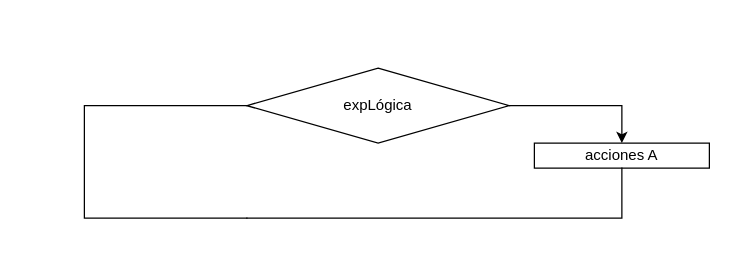
The draw.io diagram Diagrama sin título.drawio in kcarrervel/practica0101_GIT-1, before the edit. Source tidied: cells renumbered, new cells numbered last; positions are measured from the earlier drawing's top-left corner, leaving out a move shared by most shapes. Both pictures are drawn from the tidied source at 125%, with x=0, y=0 at pixel (84, 68).
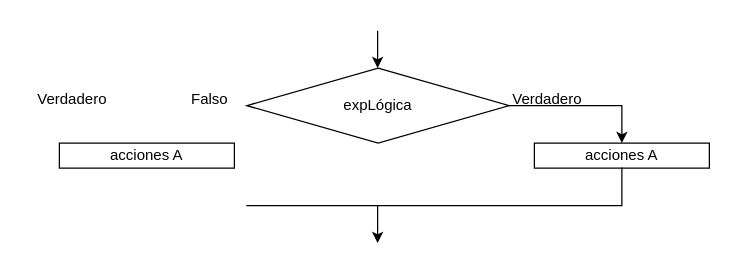
The same page after the edit.

What changed in the source:
```diff
@@
 <mxGraphModel>
   <root>
     <mxCell id="0" />
     <mxCell id="1" parent="0" />
     <mxCell id="2" value="expLógica" style="rhombus;whiteSpace=wrap;html=1;" parent="1" vertex="1">
       <mxGeometry x="130" width="210" height="60" as="geometry" />
     </mxCell>
-    <mxCell id="3" style="shape=partialRectangle;whiteSpace=wrap;html=1;bottom=1;right=1;left=1;top=0;fillColor=none;routingCenterX=-0.5;direction=south;" parent="1" vertex="1">
-      <mxGeometry y="30" width="130" height="90" as="geometry" />
-    </mxCell>
-    <mxCell id="4" style="edgeStyle=orthogonalEdgeStyle;rounded=0;orthogonalLoop=1;jettySize=auto;html=1;exitX=1;exitY=0.5;exitDx=0;exitDy=0;" parent="1" edge="1" source="3" target="3">
-      <mxGeometry relative="1" as="geometry" />
-    </mxCell>
-    <mxCell id="5" value="acciones A" style="rounded=0;whiteSpace=wrap;html=1;" parent="1" vertex="1">
-      <mxGeometry x="360" y="60" width="140" height="20" as="geometry" />
-    </mxCell>
-    <mxCell id="6" style="edgeStyle=segmentEdgeStyle;endArrow=classic;html=1;rounded=0;" parent="1" edge="1">
-      <mxGeometry relative="1" as="geometry">
-        <mxPoint x="340" y="30" as="sourcePoint" />
-        <mxPoint x="430" y="60" as="targetPoint" />
-        <Array as="points">
-          <mxPoint x="430" y="30" />
-        </Array>
-      </mxGeometry>
-    </mxCell>
-    <mxCell id="7" style="shape=partialRectangle;whiteSpace=wrap;html=1;bottom=0;right=0;fillColor=none;direction=west;" parent="1" vertex="1">
-      <mxGeometry x="130" y="80" width="300" height="40" as="geometry" />
-    </mxCell>
+    <mxCell id="8" style="edgeStyle=orthogonalEdgeStyle;rounded=0;orthogonalLoop=1;jettySize=auto;html=1;exitX=1;exitY=0.5;exitDx=0;exitDy=0;" parent="1" edge="1">
+      <mxGeometry relative="1" as="geometry">
+        <mxPoint x="85" y="110" as="sourcePoint" />
+        <mxPoint x="85" y="110" as="targetPoint" />
+      </mxGeometry>
+    </mxCell>
+    <mxCell id="9" value="acciones A" style="rounded=0;whiteSpace=wrap;html=1;" parent="1" vertex="1">
+      <mxGeometry x="360" y="60" width="140" height="20" as="geometry" />
+    </mxCell>
+    <mxCell id="10" style="edgeStyle=segmentEdgeStyle;endArrow=classic;html=1;rounded=0;" parent="1" edge="1">
+      <mxGeometry relative="1" as="geometry">
+        <mxPoint x="340" y="30" as="sourcePoint" />
+        <mxPoint x="430" y="60" as="targetPoint" />
+        <Array as="points">
+          <mxPoint x="430" y="30" />
+        </Array>
+      </mxGeometry>
+    </mxCell>
+    <mxCell id="11" style="shape=partialRectangle;whiteSpace=wrap;html=1;bottom=0;right=0;fillColor=none;direction=west;" parent="1" vertex="1">
+      <mxGeometry x="130" y="80" width="300" height="30" as="geometry" />
+    </mxCell>
+    <mxCell id="12" value="Verdadero" style="text;html=1;align=center;verticalAlign=middle;fillColor=none;strokeColor=none;rounded=0;" parent="1" vertex="1">
+      <mxGeometry x="330" y="10" width="80" height="30" as="geometry" />
+    </mxCell>
+    <mxCell id="13" value="Falso" style="text;html=1;align=center;verticalAlign=middle;fillColor=none;strokeColor=none;rounded=0;" parent="1" vertex="1">
+      <mxGeometry x="75" y="10" width="50" height="30" as="geometry" />
+    </mxCell>
+    <mxCell id="14" style="endArrow=classic;html=1;rounded=0;" parent="1" edge="1">
+      <mxGeometry relative="1" as="geometry">
+        <mxPoint x="234.6" y="-30" as="sourcePoint" />
+        <mxPoint x="234.6" as="targetPoint" />
+      </mxGeometry>
+    </mxCell>
+    <mxCell id="15" style="endArrow=classic;html=1;rounded=0;" parent="1" edge="1">
+      <mxGeometry relative="1" as="geometry">
+        <mxPoint x="234.6" y="110" as="sourcePoint" />
+        <mxPoint x="234.6" y="140" as="targetPoint" />
+      </mxGeometry>
+    </mxCell>
+    <mxCell id="16" value="acciones A" style="rounded=0;whiteSpace=wrap;html=1;" parent="1" vertex="1">
+      <mxGeometry x="-20" y="60" width="140" height="20" as="geometry" />
+    </mxCell>
+    <mxCell id="17" value="Verdadero" style="text;html=1;align=center;verticalAlign=middle;fillColor=none;strokeColor=none;rounded=0;" parent="1" vertex="1">
+      <mxGeometry x="-50" y="10" width="80" height="30" as="geometry" />
+    </mxCell>
   </root>
 </mxGraphModel>
```
